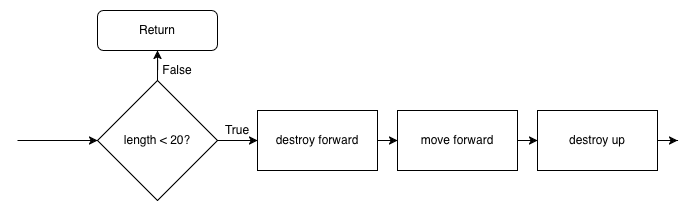
The draw.io diagram tutorials/python-islands/island-7/autominer/images/flowchart-landscape_3.png in CausewayDigital/Minecraft-EE-MakeCode, before a commit. Source tidied: cells renumbered, new cells last; positions are measured from the earlier drawing's top-left corner, leaving out a move shared by most shapes.
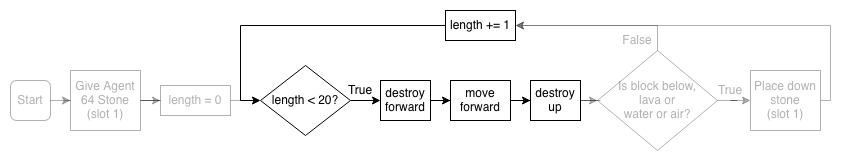
Later version of the same file.

What changed in the source:
```diff
@@ -2,48 +2,86 @@
   <root>
     <mxCell id="0" />
     <mxCell id="1" parent="0" />
-    <mxCell id="2" style="edgeStyle=orthogonalEdgeStyle;rounded=0;jettySize=auto;html=1;" parent="1" edge="1" target="5">
-      <mxGeometry relative="1" as="geometry">
-        <mxPoint y="130" as="sourcePoint" />
-      </mxGeometry>
-    </mxCell>
+    <mxCell id="15" style="edgeStyle=orthogonalEdgeStyle;rounded=0;jettySize=auto;html=1;textOpacity=30;opacity=30;" parent="1" edge="1" source="16" target="18">
+      <mxGeometry relative="1" as="geometry" />
+    </mxCell>
+    <mxCell id="16" value="Start" style="rounded=1;whiteSpace=wrap;html=1;textOpacity=30;opacity=30;" parent="1" vertex="1">
+      <mxGeometry x="-470" y="240" width="40" height="40" as="geometry" />
+    </mxCell>
+    <mxCell id="17" style="edgeStyle=orthogonalEdgeStyle;rounded=0;jettySize=auto;html=1;textOpacity=30;opacity=30;" parent="1" edge="1" source="18" target="20">
+      <mxGeometry relative="1" as="geometry" />
+    </mxCell>
+    <mxCell id="18" value="&lt;div&gt;Give Agent 64 Stone&lt;/div&gt;(slot 1)" style="rounded=0;whiteSpace=wrap;html=1;textOpacity=30;opacity=30;" parent="1" vertex="1">
+      <mxGeometry x="-410" y="230" width="70" height="60" as="geometry" />
+    </mxCell>
+    <mxCell id="19" style="edgeStyle=orthogonalEdgeStyle;rounded=0;jettySize=auto;html=1;textOpacity=30;opacity=30;" parent="1" edge="1" source="20" target="5">
+      <mxGeometry relative="1" as="geometry" />
+    </mxCell>
+    <mxCell id="20" value="length = 0" style="rounded=0;whiteSpace=wrap;html=1;textOpacity=30;opacity=30;" parent="1" vertex="1">
+      <mxGeometry x="-320" y="245" width="70" height="30" as="geometry" />
+    </mxCell>
     <mxCell id="3" style="edgeStyle=orthogonalEdgeStyle;rounded=0;jettySize=auto;html=1;" parent="1" edge="1" source="5" target="7">
       <mxGeometry relative="1" as="geometry" />
     </mxCell>
-    <mxCell id="4" style="edgeStyle=orthogonalEdgeStyle;rounded=0;jettySize=auto;html=1;exitX=0.5;exitY=0;exitDx=0;exitDy=0;" parent="1" edge="1" source="5" target="12">
-      <mxGeometry relative="1" as="geometry" />
-    </mxCell>
     <mxCell id="5" value="length &amp;lt; 20?" style="rhombus;whiteSpace=wrap;html=1;" parent="1" vertex="1">
-      <mxGeometry x="80" y="70" width="120" height="120" as="geometry" />
+      <mxGeometry x="-220" y="225" width="90" height="70" as="geometry" />
     </mxCell>
     <mxCell id="6" style="edgeStyle=orthogonalEdgeStyle;rounded=0;jettySize=auto;html=1;" parent="1" edge="1" source="7" target="9">
       <mxGeometry relative="1" as="geometry" />
     </mxCell>
     <mxCell id="7" value="destroy forward" style="rounded=0;whiteSpace=wrap;html=1;" parent="1" vertex="1">
-      <mxGeometry x="240" y="100" width="120" height="60" as="geometry" />
+      <mxGeometry x="-100" y="240" width="50" height="40" as="geometry" />
     </mxCell>
-    <mxCell id="8" style="edgeStyle=orthogonalEdgeStyle;rounded=0;jettySize=auto;html=1;" parent="1" edge="1" source="9" target="11">
+    <mxCell id="8" style="edgeStyle=orthogonalEdgeStyle;rounded=0;jettySize=auto;html=1;exitX=1;exitY=0.5;exitDx=0;exitDy=0;" parent="1" edge="1" source="9" target="11">
       <mxGeometry relative="1" as="geometry" />
     </mxCell>
     <mxCell id="9" value="move forward" style="rounded=0;whiteSpace=wrap;html=1;" parent="1" vertex="1">
-      <mxGeometry x="380" y="100" width="120" height="60" as="geometry" />
+      <mxGeometry x="-30" y="240" width="60" height="40" as="geometry" />
     </mxCell>
-    <mxCell id="10" style="edgeStyle=orthogonalEdgeStyle;rounded=0;jettySize=auto;html=1;" parent="1" edge="1" source="11">
-      <mxGeometry relative="1" as="geometry">
-        <mxPoint x="660" y="130" as="targetPoint" />
-      </mxGeometry>
-    </mxCell>
+    <mxCell id="21" style="edgeStyle=orthogonalEdgeStyle;rounded=0;jettySize=auto;html=1;opacity=30;textOpacity=30;" parent="1" edge="1" source="11" target="23">
+      <mxGeometry relative="1" as="geometry" />
+    </mxCell>
     <mxCell id="11" value="destroy up" style="rounded=0;whiteSpace=wrap;html=1;" parent="1" vertex="1">
-      <mxGeometry x="520" y="100" width="120" height="60" as="geometry" />
+      <mxGeometry x="50" y="240" width="50" height="40" as="geometry" />
     </mxCell>
-    <mxCell id="12" value="Return" style="rounded=1;whiteSpace=wrap;html=1;" parent="1" vertex="1">
-      <mxGeometry x="80" width="120" height="40" as="geometry" />
-    </mxCell>
-    <mxCell id="13" value="True&lt;span style=&quot;color: rgba(0 , 0 , 0 , 0) ; font-family: monospace ; font-size: 0px&quot;&gt;%3CmxGraphModel%3E%3Croot%3E%3CmxCell%20id%3D%220%22%2F%3E%3CmxCell%20id%3D%221%22%20parent%3D%220%22%2F%3E%3CmxCell%20id%3D%222%22%20value%3D%22destroy%20forward%22%20style%3D%22rounded%3D0%3BwhiteSpace%3Dwrap%3Bhtml%3D1%3B%22%20vertex%3D%221%22%20parent%3D%221%22%3E%3CmxGeometry%20x%3D%22240%22%20y%3D%22560%22%20width%3D%22120%22%20height%3D%2260%22%20as%3D%22geometry%22%2F%3E%3C%2FmxCell%3E%3C%2Froot%3E%3C%2FmxGraphModel%3E&lt;/span&gt;" style="text;html=1;strokeColor=none;fillColor=none;align=center;verticalAlign=middle;whiteSpace=wrap;rounded=0;" parent="1" vertex="1">
-      <mxGeometry x="200" y="110" width="40" height="20" as="geometry" />
-    </mxCell>
+    <mxCell id="22" style="edgeStyle=orthogonalEdgeStyle;rounded=0;jettySize=auto;html=1;opacity=30;textOpacity=30;" parent="1" edge="1" source="23" target="25">
+      <mxGeometry relative="1" as="geometry" />
+    </mxCell>
+    <mxCell id="23" value="Is block below, &lt;br&gt;lava or &lt;br&gt;water or air?" style="rhombus;whiteSpace=wrap;html=1;opacity=30;textOpacity=30;" parent="1" vertex="1">
+      <mxGeometry x="117" y="210" width="120" height="100" as="geometry" />
+    </mxCell>
+    <mxCell id="24" style="edgeStyle=orthogonalEdgeStyle;rounded=0;jettySize=auto;html=1;entryX=1;entryY=0.5;entryDx=0;entryDy=0;opacity=30;" parent="1" edge="1" source="25" target="30">
+      <mxGeometry relative="1" as="geometry">
+        <Array as="points">
+          <mxPoint x="350" y="260" />
+          <mxPoint x="350" y="185" />
+        </Array>
+      </mxGeometry>
+    </mxCell>
+    <mxCell id="25" value="&lt;div&gt;Place down stone&lt;/div&gt;(slot 1)" style="rounded=0;whiteSpace=wrap;html=1;opacity=30;textOpacity=30;" parent="1" vertex="1">
+      <mxGeometry x="270" y="230" width="70" height="60" as="geometry" />
+    </mxCell>
+    <mxCell id="26" value="True&lt;span style=&quot;color: rgba(0 , 0 , 0 , 0) ; font-family: monospace ; font-size: 0px&quot;&gt;%3CmxGraphModel%3E%3Croot%3E%3CmxCell%20id%3D%220%22%2F%3E%3CmxCell%20id%3D%221%22%20parent%3D%220%22%2F%3E%3CmxCell%20id%3D%222%22%20value%3D%22destroy%20forward%22%20style%3D%22rounded%3D0%3BwhiteSpace%3Dwrap%3Bhtml%3D1%3B%22%20vertex%3D%221%22%20parent%3D%221%22%3E%3CmxGeometry%20x%3D%22240%22%20y%3D%22560%22%20width%3D%22120%22%20height%3D%2260%22%20as%3D%22geometry%22%2F%3E%3C%2FmxCell%3E%3C%2Froot%3E%3C%2FmxGraphModel%3E&lt;/span&gt;" style="text;html=1;align=center;verticalAlign=middle;whiteSpace=wrap;rounded=0;" parent="1" vertex="1">
+      <mxGeometry x="-140" y="240" width="40" height="20" as="geometry" />
+    </mxCell>
+    <mxCell id="27" value="True&lt;span style=&quot;color: rgba(0 , 0 , 0 , 0) ; font-family: monospace ; font-size: 0px&quot;&gt;%3CmxGraphModel%3E%3Croot%3E%3CmxCell%20id%3D%220%22%2F%3E%3CmxCell%20id%3D%221%22%20parent%3D%220%22%2F%3E%3CmxCell%20id%3D%222%22%20value%3D%22destroy%20forward%22%20style%3D%22rounded%3D0%3BwhiteSpace%3Dwrap%3Bhtml%3D1%3B%22%20vertex%3D%221%22%20parent%3D%221%22%3E%3CmxGeometry%20x%3D%22240%22%20y%3D%22560%22%20width%3D%22120%22%20height%3D%2260%22%20as%3D%22geometry%22%2F%3E%3C%2FmxCell%3E%3C%2Froot%3E%3C%2FmxGraphModel%3E&lt;/span&gt;" style="text;html=1;align=center;verticalAlign=middle;whiteSpace=wrap;rounded=0;opacity=30;textOpacity=30;" parent="1" vertex="1">
+      <mxGeometry x="230" y="240" width="40" height="20" as="geometry" />
+    </mxCell>
+    <mxCell id="28" style="edgeStyle=orthogonalEdgeStyle;rounded=0;jettySize=auto;html=1;exitX=1;exitY=1;exitDx=0;exitDy=0;entryX=1;entryY=0.5;entryDx=0;entryDy=0;opacity=30;" parent="1" edge="1" source="14" target="30">
+      <mxGeometry relative="1" as="geometry">
+        <Array as="points">
+          <mxPoint x="177" y="185" />
+        </Array>
+      </mxGeometry>
+    </mxCell>
-    <mxCell id="14" value="False" style="text;html=1;strokeColor=none;fillColor=none;align=center;verticalAlign=middle;whiteSpace=wrap;rounded=0;" parent="1" vertex="1">
-      <mxGeometry x="140" y="50" width="40" height="20" as="geometry" />
+    <mxCell id="14" value="False" style="text;html=1;align=center;verticalAlign=middle;whiteSpace=wrap;rounded=0;opacity=30;textOpacity=30;" parent="1" vertex="1">
+      <mxGeometry x="137" y="190" width="40" height="20" as="geometry" />
     </mxCell>
+    <mxCell id="29" style="edgeStyle=orthogonalEdgeStyle;rounded=0;jettySize=auto;html=1;entryX=0;entryY=0.5;entryDx=0;entryDy=0;" parent="1" edge="1" source="30" target="5">
+      <mxGeometry relative="1" as="geometry" />
+    </mxCell>
+    <mxCell id="30" value="length += 1" style="rounded=0;whiteSpace=wrap;html=1;" parent="1" vertex="1">
+      <mxGeometry x="-35" y="170" width="70" height="30" as="geometry" />
+    </mxCell>
   </root>
 </mxGraphModel>
```
